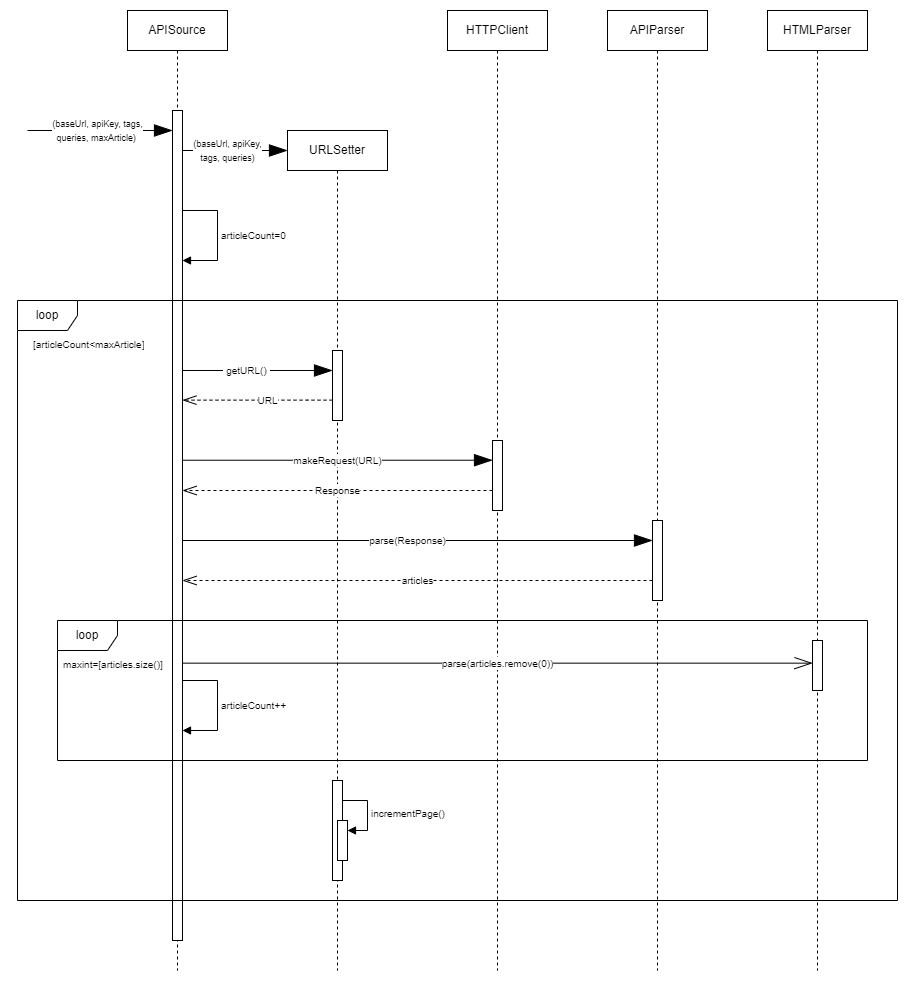
This is design_models/sequence_diag/APIArticleRequest.png from Daedalus02/eis_project, a draw.io export, as it was before one commit. Source tidied: cells renumbered, new cells last; positions are measured from the earlier drawing's top-left corner, leaving out a move shared by most shapes.
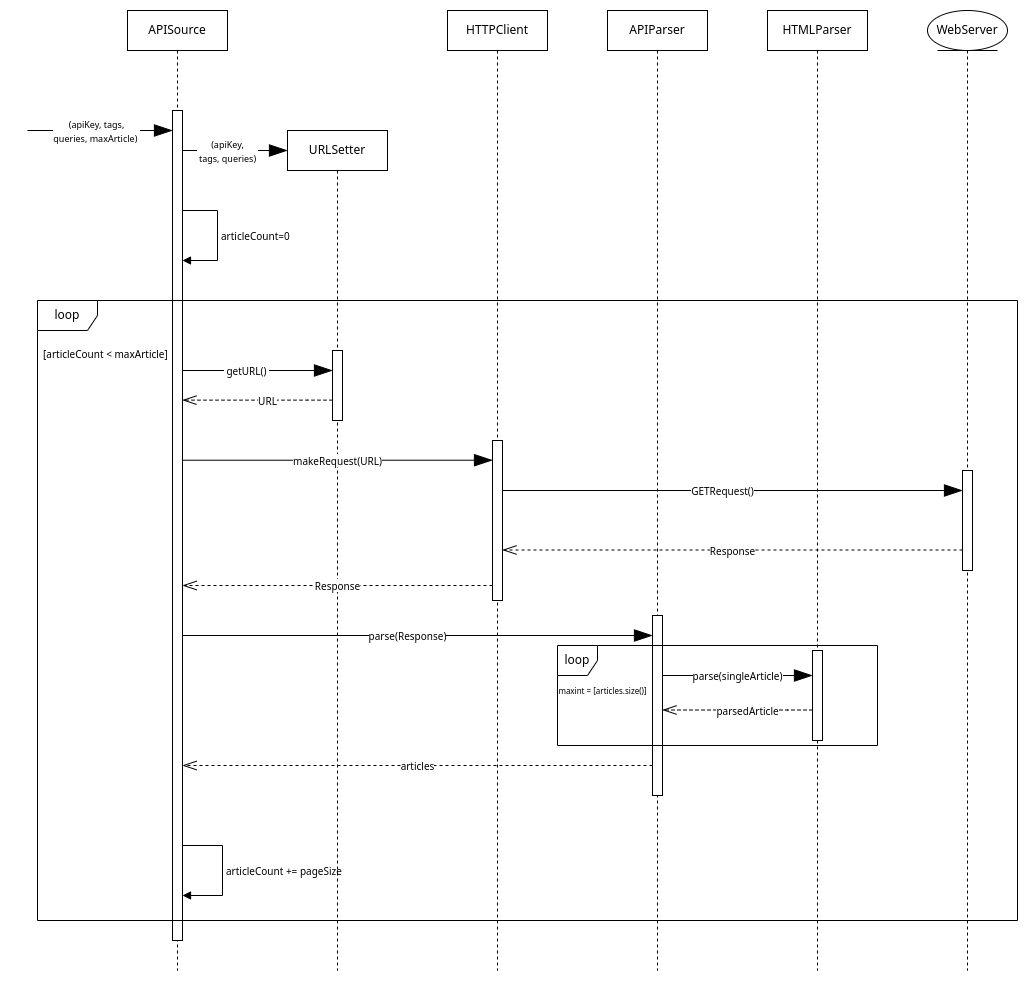
The same diagram one commit later.

The edit, as a diff of the source:
```diff
@@ -16,15 +16,17 @@
         </Array>
       </mxGeometry>
     </mxCell>
-    <mxCell id="5" value="&lt;font style=&quot;font-size: 10px;&quot;&gt;articleCount++&lt;/font&gt;" style="html=1;align=left;spacingLeft=2;endArrow=block;rounded=0;edgeStyle=orthogonalEdgeStyle;curved=0;rounded=0;" parent="2" edge="1" source="3" target="3">
-      <mxGeometry relative="1" as="geometry">
-        <Array as="points">
-          <mxPoint x="90" y="670" />
-          <mxPoint x="90" y="720" />
-        </Array>
-      </mxGeometry>
-    </mxCell>
+    <mxCell id="30" value="&lt;font style=&quot;font-size: 10px;&quot;&gt;articleCount += pageSize&lt;/font&gt;" style="html=1;align=left;spacingLeft=2;endArrow=block;rounded=0;edgeStyle=orthogonalEdgeStyle;curved=0;rounded=0;" parent="2" edge="1">
+      <mxGeometry relative="1" as="geometry">
+        <mxPoint x="55" y="835" as="sourcePoint" />
+        <mxPoint x="55" y="885" as="targetPoint" />
+        <Array as="points">
+          <mxPoint x="95" y="835" />
+          <mxPoint x="95" y="885" />
+        </Array>
+      </mxGeometry>
+    </mxCell>
-    <mxCell id="6" value="&lt;font style=&quot;font-size: 9px;&quot;&gt;(baseUrl, apiKey, tags,&lt;br&gt;queries, maxArticle)&amp;nbsp;&lt;/font&gt;" style="endArrow=blockThin;endSize=16;endFill=1;html=1;rounded=0;" parent="1" edge="1">
+    <mxCell id="6" value="&lt;font style=&quot;font-size: 9px;&quot;&gt;(apiKey, tags,&lt;br&gt;queries, maxArticle)&amp;nbsp;&lt;/font&gt;" style="endArrow=blockThin;endSize=16;endFill=1;html=1;rounded=0;" parent="1" edge="1">
       <mxGeometry x="-0.04" relative="1" as="geometry">
         <mxPoint x="10" y="120" as="sourcePoint" />
         <mxPoint x="155" y="120" as="targetPoint" />
@@ -36,7 +38,7 @@
     <mxCell id="8" value="URLSetter" style="shape=umlLifeline;perimeter=lifelinePerimeter;whiteSpace=wrap;html=1;newEdgeStyle={&quot;edgeStyle&quot;:&quot;elbowEdgeStyle&quot;,&quot;elbow&quot;:&quot;vertical&quot;,&quot;curved&quot;:0,&quot;rounded&quot;:0};" parent="1" vertex="1">
       <mxGeometry x="270" y="120" width="100" height="840" as="geometry" />
     </mxCell>
-    <mxCell id="9" value="&lt;font style=&quot;font-size: 9px;&quot;&gt;(baseUrl, apiKey,&lt;br&gt;&amp;nbsp;tags, queries)&amp;nbsp;&lt;/font&gt;" style="endArrow=blockThin;endSize=16;endFill=1;html=1;rounded=0;" parent="1" edge="1" source="3">
+    <mxCell id="9" value="&lt;font style=&quot;font-size: 9px;&quot;&gt;(apiKey,&lt;br&gt;&amp;nbsp;tags, queries)&amp;nbsp;&lt;/font&gt;" style="endArrow=blockThin;endSize=16;endFill=1;html=1;rounded=0;" parent="1" edge="1" source="3">
       <mxGeometry x="-0.14" relative="1" as="geometry">
         <mxPoint x="270" y="140" as="targetPoint" />
       </mxGeometry>
@@ -48,13 +50,13 @@
       <mxGeometry x="750" width="100" height="960" as="geometry" />
     </mxCell>
     <mxCell id="12" style="html=1;points=[];perimeter=orthogonalPerimeter;outlineConnect=0;targetShapes=umlLifeline;portConstraint=eastwest;newEdgeStyle={&quot;edgeStyle&quot;:&quot;elbowEdgeStyle&quot;,&quot;elbow&quot;:&quot;vertical&quot;,&quot;curved&quot;:0,&quot;rounded&quot;:0};" parent="11" vertex="1">
-      <mxGeometry x="45" y="630" width="10" height="50" as="geometry" />
+      <mxGeometry x="45" y="640" width="10" height="90" as="geometry" />
     </mxCell>
     <mxCell id="13" value="loop" style="shape=umlFrame;whiteSpace=wrap;html=1;" parent="1" vertex="1">
-      <mxGeometry y="290" width="880" height="600" as="geometry" />
+      <mxGeometry x="20" y="290" width="980" height="620" as="geometry" />
     </mxCell>
-    <mxCell id="14" value="&lt;font style=&quot;font-size: 10px;&quot;&gt;[articleCount&amp;lt;maxArticle]&lt;/font&gt;" style="text;strokeColor=none;fillColor=none;align=left;verticalAlign=top;spacingLeft=4;spacingRight=4;overflow=hidden;whiteSpace=wrap;html=1;" parent="1" vertex="1">
-      <mxGeometry x="10" y="320" width="130" height="26" as="geometry" />
+    <mxCell id="14" value="&lt;font style=&quot;font-size: 10px;&quot;&gt;[articleCount &amp;lt; maxArticle]&lt;/font&gt;" style="text;strokeColor=none;fillColor=none;align=left;verticalAlign=top;spacingLeft=4;spacingRight=4;overflow=hidden;whiteSpace=wrap;html=1;" parent="1" vertex="1">
+      <mxGeometry x="20" y="330" width="140" height="40" as="geometry" />
     </mxCell>
     <mxCell id="15" style="html=1;points=[];perimeter=orthogonalPerimeter;outlineConnect=0;targetShapes=umlLifeline;portConstraint=eastwest;newEdgeStyle={&quot;edgeStyle&quot;:&quot;elbowEdgeStyle&quot;,&quot;elbow&quot;:&quot;vertical&quot;,&quot;curved&quot;:0,&quot;rounded&quot;:0};" parent="1" vertex="1">
       <mxGeometry x="315" y="340" width="10" height="70" as="geometry" />
@@ -74,64 +76,75 @@
       </mxGeometry>
     </mxCell>
     <mxCell id="18" style="html=1;points=[];perimeter=orthogonalPerimeter;outlineConnect=0;targetShapes=umlLifeline;portConstraint=eastwest;newEdgeStyle={&quot;edgeStyle&quot;:&quot;elbowEdgeStyle&quot;,&quot;elbow&quot;:&quot;vertical&quot;,&quot;curved&quot;:0,&quot;rounded&quot;:0};" parent="1" vertex="1">
-      <mxGeometry x="475" y="430" width="10" height="70" as="geometry" />
+      <mxGeometry x="475" y="430" width="10" height="160" as="geometry" />
     </mxCell>
     <mxCell id="19" value="&lt;font style=&quot;font-size: 10px;&quot;&gt;makeRequest(URL)&lt;/font&gt;" style="endArrow=blockThin;endSize=16;endFill=1;html=1;rounded=0;" parent="1" edge="1" target="18">
       <mxGeometry relative="1" as="geometry">
         <mxPoint x="165" y="449.7" as="sourcePoint" />
       </mxGeometry>
     </mxCell>
-    <mxCell id="20" value="&lt;font style=&quot;font-size: 10px;&quot;&gt;Response&lt;/font&gt;" style="endArrow=openThin;endSize=12;dashed=1;html=1;rounded=0;endFill=0;" parent="1" edge="1" source="18" target="3">
+    <mxCell id="20" value="&lt;font style=&quot;font-size: 10px;&quot;&gt;Response&lt;/font&gt;" style="endArrow=openThin;endSize=12;dashed=1;html=1;rounded=0;endFill=0;" parent="1" edge="1">
       <mxGeometry relative="1" as="geometry">
+        <mxPoint x="475" y="575" as="sourcePoint" />
+        <mxPoint x="165" y="575" as="targetPoint" />
         <Array as="points">
-          <mxPoint x="380" y="480" />
-          <mxPoint x="230" y="480" />
+          <mxPoint x="380" y="575" />
+          <mxPoint x="230" y="575" />
         </Array>
       </mxGeometry>
     </mxCell>
     <mxCell id="21" value="&lt;font style=&quot;font-size: 10px;&quot;&gt;parse(Response)&lt;/font&gt;" style="endArrow=blockThin;endSize=16;endFill=1;html=1;rounded=0;" parent="1" edge="1">
       <mxGeometry x="-0.04" relative="1" as="geometry">
-        <mxPoint x="165" y="530" as="sourcePoint" />
-        <mxPoint x="635" y="530" as="targetPoint" />
+        <mxPoint x="165" y="625" as="sourcePoint" />
+        <mxPoint x="635" y="625" as="targetPoint" />
       </mxGeometry>
     </mxCell>
     <mxCell id="22" style="html=1;points=[];perimeter=orthogonalPerimeter;outlineConnect=0;targetShapes=umlLifeline;portConstraint=eastwest;newEdgeStyle={&quot;edgeStyle&quot;:&quot;elbowEdgeStyle&quot;,&quot;elbow&quot;:&quot;vertical&quot;,&quot;curved&quot;:0,&quot;rounded&quot;:0};" parent="1" vertex="1">
-      <mxGeometry x="635" y="510" width="10" height="80" as="geometry" />
+      <mxGeometry x="635" y="605" width="10" height="180" as="geometry" />
     </mxCell>
     <mxCell id="23" value="&lt;font style=&quot;font-size: 10px;&quot;&gt;articles&lt;/font&gt;" style="endArrow=openThin;endSize=12;dashed=1;html=1;rounded=0;endFill=0;" parent="1" edge="1" source="22">
       <mxGeometry relative="1" as="geometry">
-        <mxPoint x="165" y="570" as="targetPoint" />
+        <mxPoint x="165" y="755" as="targetPoint" />
         <Array as="points">
-          <mxPoint x="380" y="570" />
-          <mxPoint x="230" y="570" />
+          <mxPoint x="600" y="755" />
         </Array>
       </mxGeometry>
     </mxCell>
+    <mxCell id="26" value="&lt;font style=&quot;font-size: 10px;&quot;&gt;parse(singleArticle)&lt;/font&gt;" style="endArrow=blockThin;endSize=16;endFill=1;html=1;rounded=0;" parent="1" edge="1" target="12">
+      <mxGeometry relative="1" as="geometry">
+        <mxPoint x="645" y="665" as="sourcePoint" />
+      </mxGeometry>
+    </mxCell>
+    <mxCell id="31" value="&lt;font style=&quot;font-size: 10px;&quot;&gt;parsedArticle&lt;/font&gt;" style="endArrow=openThin;endSize=12;dashed=1;html=1;rounded=0;endFill=0;" parent="1" edge="1">
+      <mxGeometry x="-0.13" relative="1" as="geometry">
+        <mxPoint x="795" y="699.5" as="sourcePoint" />
+        <mxPoint x="645" y="699.5" as="targetPoint" />
+        <Array as="points">
+          <mxPoint x="770" y="699.5" />
+        </Array>
+      </mxGeometry>
+    </mxCell>
-    <mxCell id="24" value="loop" style="shape=umlFrame;whiteSpace=wrap;html=1;" parent="1" vertex="1">
-      <mxGeometry x="40" y="610" width="810" height="140" as="geometry" />
+    <mxCell id="24" value="loop" style="shape=umlFrame;whiteSpace=wrap;html=1;width=40;height=30;" parent="1" vertex="1">
+      <mxGeometry x="540" y="635" width="320" height="100" as="geometry" />
     </mxCell>
-    <mxCell id="25" value="&lt;font style=&quot;font-size: 10px;&quot;&gt;maxint=[articles.size()]&lt;/font&gt;" style="text;strokeColor=none;fillColor=none;align=left;verticalAlign=top;spacingLeft=4;spacingRight=4;overflow=hidden;whiteSpace=wrap;html=1;" parent="1" vertex="1">
-      <mxGeometry x="40" y="640" width="140" height="26" as="geometry" />
-    </mxCell>
-    <mxCell id="26" value="&lt;font style=&quot;font-size: 10px;&quot;&gt;parse(articles.remove(0))&lt;/font&gt;" style="endArrow=openThin;endSize=16;endFill=0;html=1;rounded=0;" parent="1" edge="1" target="12">
-      <mxGeometry relative="1" as="geometry">
-        <mxPoint x="165" y="652.7" as="sourcePoint" />
-      </mxGeometry>
-    </mxCell>
-    <mxCell id="27" style="html=1;perimeter=orthogonalPerimeter;targetShapes=umlLifeline;newEdgeStyle={&quot;edgeStyle&quot;:&quot;elbowEdgeStyle&quot;,&quot;elbow&quot;:&quot;vertical&quot;,&quot;curved&quot;:0,&quot;rounded&quot;:0};" parent="1" vertex="1">
-      <mxGeometry x="315" y="770" width="10" height="100" as="geometry" />
-    </mxCell>
-    <mxCell id="28" style="html=1;points=[];perimeter=orthogonalPerimeter;outlineConnect=0;targetShapes=umlLifeline;portConstraint=eastwest;newEdgeStyle={&quot;edgeStyle&quot;:&quot;elbowEdgeStyle&quot;,&quot;elbow&quot;:&quot;vertical&quot;,&quot;curved&quot;:0,&quot;rounded&quot;:0};" parent="1" vertex="1">
-      <mxGeometry x="320" y="810" width="10" height="40" as="geometry" />
-    </mxCell>
-    <mxCell id="29" value="&lt;font style=&quot;font-size: 10px;&quot;&gt;incrementPage()&lt;/font&gt;" style="html=1;align=left;spacingLeft=2;endArrow=block;rounded=0;edgeStyle=orthogonalEdgeStyle;curved=0;rounded=0;" parent="1" edge="1" target="28">
-      <mxGeometry relative="1" as="geometry">
-        <mxPoint x="325" y="790" as="sourcePoint" />
-        <Array as="points">
-          <mxPoint x="350" y="790" />
-          <mxPoint x="350" y="820" />
-        </Array>
-      </mxGeometry>
-    </mxCell>
+    <mxCell id="32" value="&lt;font style=&quot;font-size: 8px;&quot;&gt;maxint = [articles.size()]&lt;/font&gt;" style="text;html=1;align=center;verticalAlign=middle;strokeColor=none;fillColor=none;" parent="1" vertex="1">
+      <mxGeometry x="530" y="665" width="110" height="30" as="geometry" />
+    </mxCell>
+    <mxCell id="33" value="WebServer" style="shape=umlLifeline;perimeter=lifelinePerimeter;whiteSpace=wrap;html=1;newEdgeStyle={&quot;edgeStyle&quot;:&quot;elbowEdgeStyle&quot;,&quot;elbow&quot;:&quot;vertical&quot;,&quot;curved&quot;:0,&quot;rounded&quot;:0};participant=umlEntity;" parent="1" vertex="1">
+      <mxGeometry x="910" width="80" height="960" as="geometry" />
+    </mxCell>
+    <mxCell id="34" style="html=1;points=[];perimeter=orthogonalPerimeter;outlineConnect=0;targetShapes=umlLifeline;portConstraint=eastwest;newEdgeStyle={&quot;edgeStyle&quot;:&quot;elbowEdgeStyle&quot;,&quot;elbow&quot;:&quot;vertical&quot;,&quot;curved&quot;:0,&quot;rounded&quot;:0};" parent="33" vertex="1">
+      <mxGeometry x="35" y="460" width="10" height="100" as="geometry" />
+    </mxCell>
+    <mxCell id="35" value="&lt;font style=&quot;font-size: 10px;&quot;&gt;GETRequest()&lt;/font&gt;" style="endArrow=blockThin;endSize=16;endFill=1;html=1;rounded=0;" parent="1" edge="1" target="34">
+      <mxGeometry x="-0.04" relative="1" as="geometry">
+        <mxPoint x="485" y="480" as="sourcePoint" />
+      </mxGeometry>
+    </mxCell>
+    <mxCell id="36" value="&lt;font style=&quot;font-size: 10px;&quot;&gt;Response&lt;/font&gt;" style="endArrow=openThin;endSize=12;dashed=1;html=1;rounded=0;endFill=0;" parent="1" edge="1" source="34">
+      <mxGeometry relative="1" as="geometry">
+        <mxPoint x="485" y="539.5" as="targetPoint" />
+      </mxGeometry>
+    </mxCell>
   </root>
 </mxGraphModel>
```
